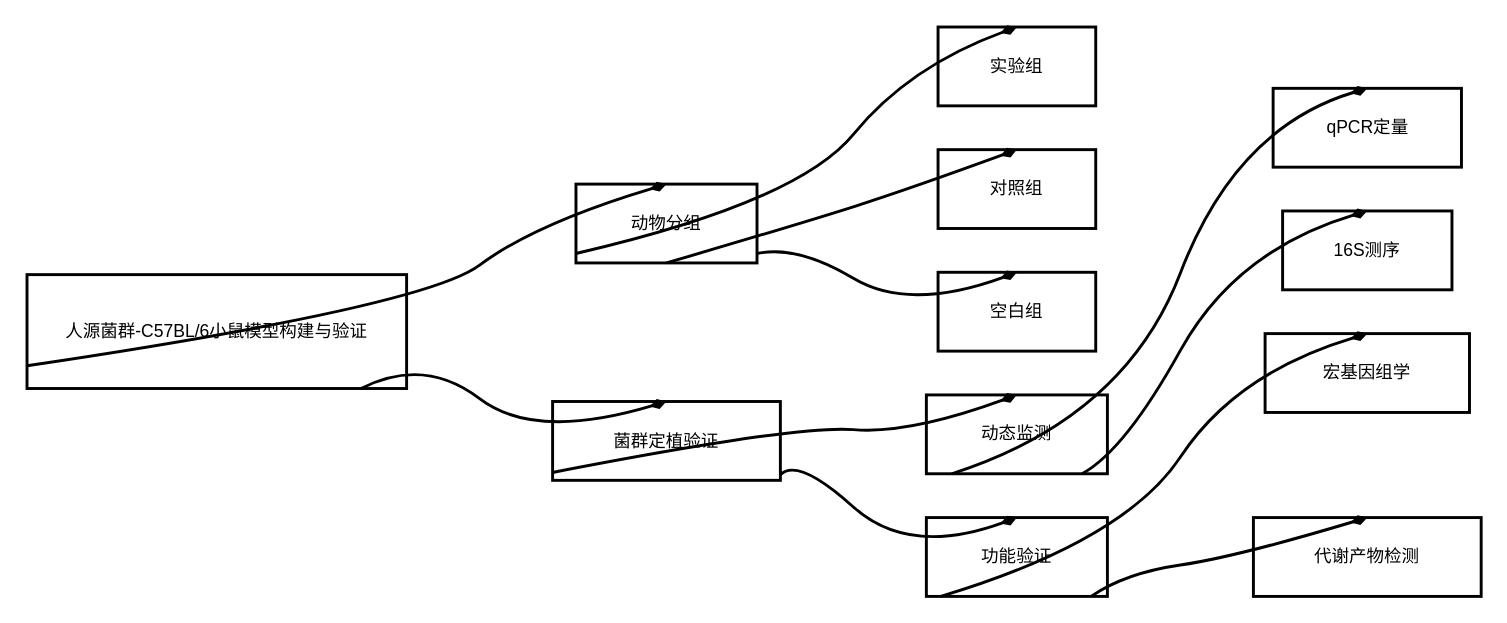
This is 技术路线图2.drawio from DavidWang2019/TEST, a draw.io file, before an edit. Source tidied: cells renumbered, new cells numbered last; positions are measured from the earlier drawing's top-left corner, leaving out a move shared by most shapes. Both pictures are drawn from the tidied source at 146%, with x=0, y=0 at pixel (26, 26).
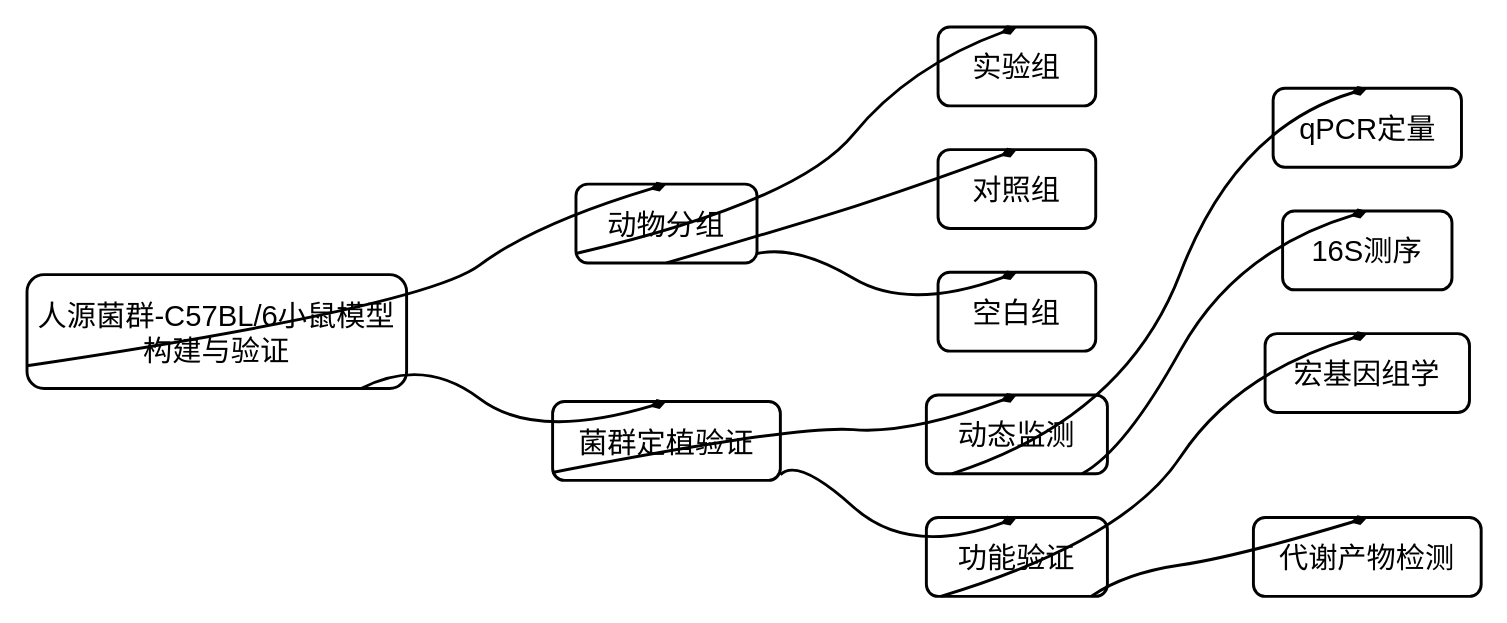
The same page after the edit.

Commit message (it also covers changes not shown here):
更新技术路线图2.drawio

The edit, as a diff of the source:
```diff
@@
-    <mxCell id="2" value="人源菌群-C57BL/6小鼠模型构建与验证" style="whiteSpace=wrap;strokeWidth=2;" parent="1" vertex="1">
+    <mxCell id="2" value="人源菌群-C57BL/6小鼠模型构建与验证" style="whiteSpace=wrap;strokeWidth=2;rounded=1;glass=0;fontSize=20;" parent="1" vertex="1">
       <mxGeometry y="169.6" width="260" height="78" as="geometry" />
     </mxCell>
-    <mxCell id="3" value="动物分组" style="whiteSpace=wrap;strokeWidth=2;" parent="1" vertex="1">
+    <mxCell id="3" value="动物分组" style="whiteSpace=wrap;strokeWidth=2;rounded=1;glass=0;fontSize=20;" parent="1" vertex="1">
       <mxGeometry x="376" y="107.6" width="124" height="54" as="geometry" />
     </mxCell>
-    <mxCell id="4" value="菌群定植验证" style="whiteSpace=wrap;strokeWidth=2;" parent="1" vertex="1">
+    <mxCell id="4" value="菌群定植验证" style="whiteSpace=wrap;strokeWidth=2;rounded=1;glass=0;fontSize=20;" parent="1" vertex="1">
       <mxGeometry x="360" y="256.5" width="156" height="54" as="geometry" />
     </mxCell>
-    <mxCell id="5" value="实验组" style="whiteSpace=wrap;strokeWidth=2;" parent="1" vertex="1">
+    <mxCell id="5" value="实验组" style="whiteSpace=wrap;strokeWidth=2;rounded=1;glass=0;fontSize=20;" parent="1" vertex="1">
       <mxGeometry x="624" width="108" height="54" as="geometry" />
     </mxCell>
-    <mxCell id="6" value="对照组" style="whiteSpace=wrap;strokeWidth=2;" parent="1" vertex="1">
+    <mxCell id="6" value="对照组" style="whiteSpace=wrap;strokeWidth=2;rounded=1;glass=0;fontSize=20;" parent="1" vertex="1">
       <mxGeometry x="624" y="84" width="108" height="54" as="geometry" />
     </mxCell>
-    <mxCell id="7" value="空白组" style="whiteSpace=wrap;strokeWidth=2;" parent="1" vertex="1">
+    <mxCell id="7" value="空白组" style="whiteSpace=wrap;strokeWidth=2;rounded=1;glass=0;fontSize=20;" parent="1" vertex="1">
       <mxGeometry x="624" y="168" width="108" height="54" as="geometry" />
     </mxCell>
-    <mxCell id="8" value="动态监测" style="whiteSpace=wrap;strokeWidth=2;" parent="1" vertex="1">
+    <mxCell id="8" value="动态监测" style="whiteSpace=wrap;strokeWidth=2;rounded=1;glass=0;fontSize=20;" parent="1" vertex="1">
       <mxGeometry x="616" y="252" width="124" height="54" as="geometry" />
     </mxCell>
-    <mxCell id="9" value="功能验证" style="whiteSpace=wrap;strokeWidth=2;" parent="1" vertex="1">
+    <mxCell id="9" value="功能验证" style="whiteSpace=wrap;strokeWidth=2;rounded=1;glass=0;fontSize=20;" parent="1" vertex="1">
       <mxGeometry x="616" y="336" width="124" height="54" as="geometry" />
     </mxCell>
-    <mxCell id="10" value="qPCR定量" style="whiteSpace=wrap;strokeWidth=2;" parent="1" vertex="1">
+    <mxCell id="10" value="qPCR定量" style="whiteSpace=wrap;strokeWidth=2;rounded=1;glass=0;fontSize=20;" parent="1" vertex="1">
       <mxGeometry x="853.5" y="42" width="129" height="54" as="geometry" />
     </mxCell>
-    <mxCell id="11" value="16S测序" style="whiteSpace=wrap;strokeWidth=2;" parent="1" vertex="1">
+    <mxCell id="11" value="16S测序" style="whiteSpace=wrap;strokeWidth=2;rounded=1;glass=0;fontSize=20;" parent="1" vertex="1">
       <mxGeometry x="860" y="126" width="116" height="54" as="geometry" />
     </mxCell>
-    <mxCell id="12" value="宏基因组学" style="whiteSpace=wrap;strokeWidth=2;" parent="1" vertex="1">
+    <mxCell id="12" value="宏基因组学" style="whiteSpace=wrap;strokeWidth=2;rounded=1;glass=0;fontSize=20;" parent="1" vertex="1">
       <mxGeometry x="848" y="210" width="140" height="54" as="geometry" />
     </mxCell>
-    <mxCell id="13" value="代谢产物检测" style="whiteSpace=wrap;strokeWidth=2;" parent="1" vertex="1">
+    <mxCell id="13" value="代谢产物检测" style="whiteSpace=wrap;strokeWidth=2;rounded=1;glass=0;fontSize=20;" parent="1" vertex="1">
       <mxGeometry x="840" y="336" width="156" height="54" as="geometry" />
     </mxCell>
```
